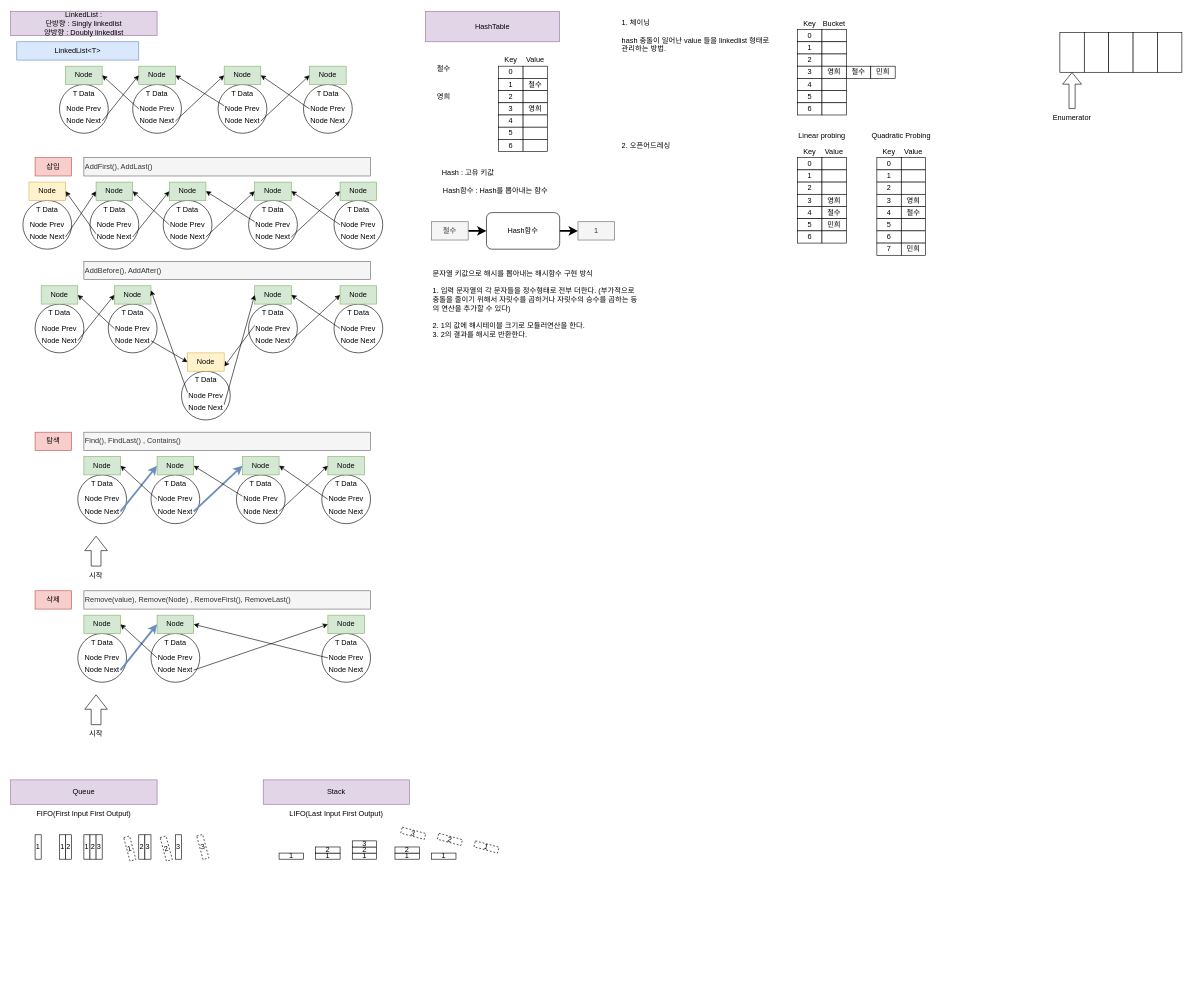
Before: Collections.drawio in luke-youngmin-cho/UnityEngineBasic_4th, a draw.io diagram. Source tidied: cells renumbered, new cells numbered last; positions are measured from the earlier drawing's top-left corner, leaving out a move shared by most shapes. Both pictures are drawn from the tidied source at 61%, with x=0, y=0 at pixel (10, 11).
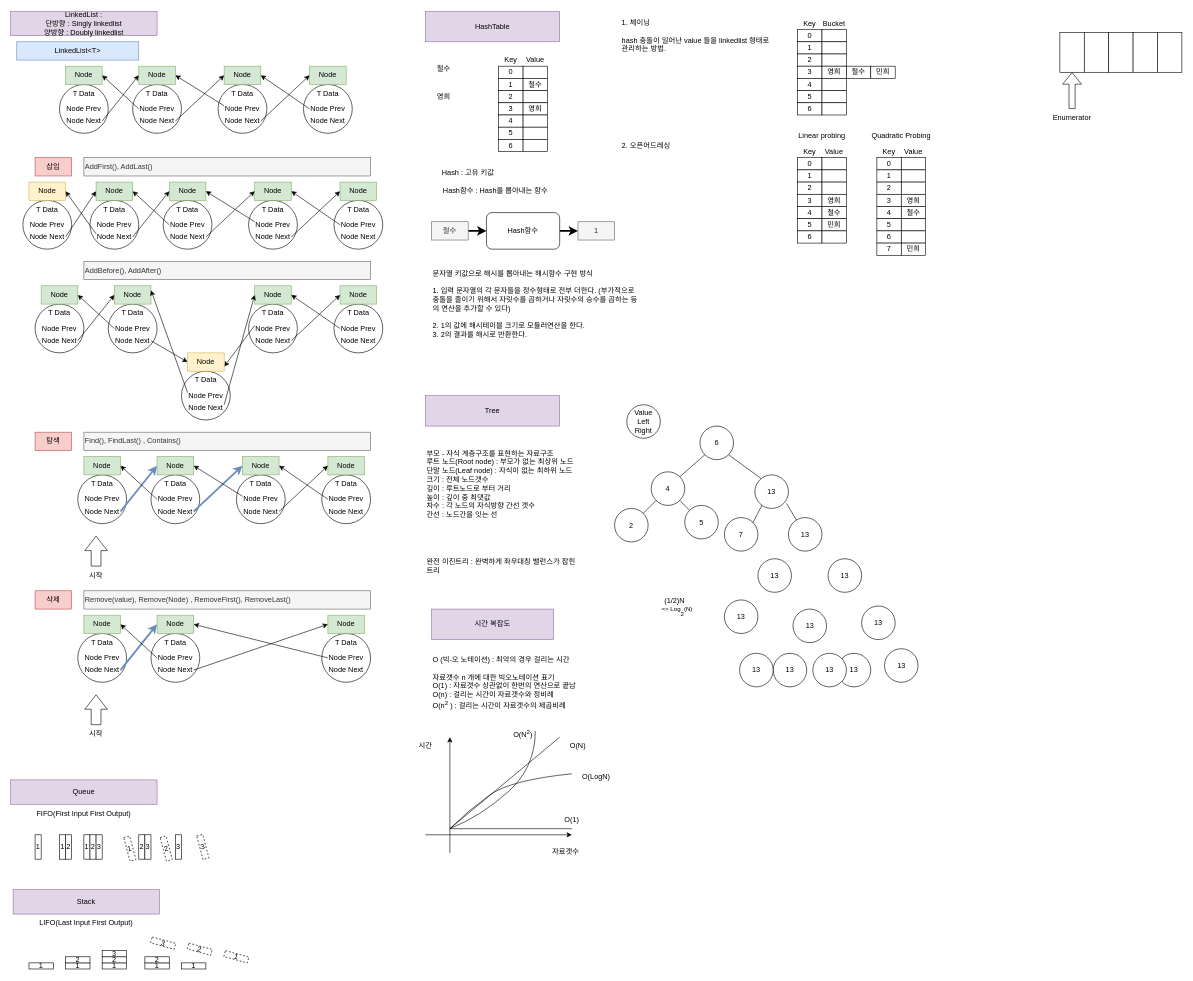
After the change.

What changed in the source:
```diff
@@
     <mxCell id="247" value="Stack" style="text;html=1;strokeColor=#9673a6;fillColor=#e1d5e7;align=center;verticalAlign=middle;whiteSpace=wrap;rounded=0;" parent="1" vertex="1">
-      <mxGeometry x="414" y="1260" width="240" height="40" as="geometry" />
+      <mxGeometry x="4" y="1440" width="240" height="40" as="geometry" />
     </mxCell>
     <mxCell id="248" value="1" style="rounded=0;whiteSpace=wrap;html=1;" parent="1" vertex="1">
-      <mxGeometry x="440" y="1380" width="40" height="10" as="geometry" />
+      <mxGeometry x="30" y="1560" width="40" height="10" as="geometry" />
     </mxCell>
     <mxCell id="249" value="1" style="rounded=0;whiteSpace=wrap;html=1;" parent="1" vertex="1">
-      <mxGeometry x="500" y="1380" width="40" height="10" as="geometry" />
+      <mxGeometry x="90" y="1560" width="40" height="10" as="geometry" />
     </mxCell>
     <mxCell id="250" value="2" style="rounded=0;whiteSpace=wrap;html=1;" parent="1" vertex="1">
-      <mxGeometry x="500" y="1370" width="40" height="10" as="geometry" />
+      <mxGeometry x="90" y="1550" width="40" height="10" as="geometry" />
     </mxCell>
     <mxCell id="251" value="1" style="rounded=0;whiteSpace=wrap;html=1;" parent="1" vertex="1">
-      <mxGeometry x="560" y="1380" width="40" height="10" as="geometry" />
+      <mxGeometry x="150" y="1560" width="40" height="10" as="geometry" />
     </mxCell>
     <mxCell id="252" value="2" style="rounded=0;whiteSpace=wrap;html=1;" parent="1" vertex="1">
-      <mxGeometry x="560" y="1370" width="40" height="10" as="geometry" />
+      <mxGeometry x="150" y="1550" width="40" height="10" as="geometry" />
     </mxCell>
     <mxCell id="253" value="3" style="rounded=0;whiteSpace=wrap;html=1;" parent="1" vertex="1">
-      <mxGeometry x="560" y="1360" width="40" height="10" as="geometry" />
+      <mxGeometry x="150" y="1540" width="40" height="10" as="geometry" />
     </mxCell>
     <mxCell id="254" value="1" style="rounded=0;whiteSpace=wrap;html=1;" parent="1" vertex="1">
-      <mxGeometry x="630" y="1380" width="40" height="10" as="geometry" />
+      <mxGeometry x="220" y="1560" width="40" height="10" as="geometry" />
     </mxCell>
     <mxCell id="255" value="2" style="rounded=0;whiteSpace=wrap;html=1;" parent="1" vertex="1">
-      <mxGeometry x="630" y="1370" width="40" height="10" as="geometry" />
+      <mxGeometry x="220" y="1550" width="40" height="10" as="geometry" />
     </mxCell>
     <mxCell id="256" value="3" style="rounded=0;whiteSpace=wrap;html=1;rotation=15;dashed=1;" parent="1" vertex="1">
-      <mxGeometry x="640" y="1342.6" width="40" height="10" as="geometry" />
+      <mxGeometry x="230" y="1522.6" width="40" height="10" as="geometry" />
     </mxCell>
     <mxCell id="257" value="1" style="rounded=0;whiteSpace=wrap;html=1;" parent="1" vertex="1">
-      <mxGeometry x="690" y="1380" width="40" height="10" as="geometry" />
+      <mxGeometry x="280" y="1560" width="40" height="10" as="geometry" />
     </mxCell>
     <mxCell id="258" value="2" style="rounded=0;whiteSpace=wrap;html=1;rotation=15;dashed=1;" parent="1" vertex="1">
-      <mxGeometry x="700" y="1352.6" width="40" height="10" as="geometry" />
+      <mxGeometry x="290" y="1532.6" width="40" height="10" as="geometry" />
     </mxCell>
     <mxCell id="259" value="1" style="rounded=0;whiteSpace=wrap;html=1;rotation=15;dashed=1;" parent="1" vertex="1">
-      <mxGeometry x="760" y="1365" width="40" height="10" as="geometry" />
+      <mxGeometry x="350" y="1545" width="40" height="10" as="geometry" />
     </mxCell>
@@
     <mxCell id="261" value="LIFO(Last Input First Output)" style="text;html=1;strokeColor=none;fillColor=none;align=center;verticalAlign=middle;whiteSpace=wrap;rounded=0;dashed=1;" parent="1" vertex="1">
-      <mxGeometry x="414" y="1300" width="240" height="30" as="geometry" />
+      <mxGeometry x="4" y="1480" width="240" height="30" as="geometry" />
     </mxCell>
@@
+    <mxCell id="269" value="Tree" style="text;html=1;strokeColor=#9673a6;fillColor=#e1d5e7;align=center;verticalAlign=middle;whiteSpace=wrap;rounded=0;" parent="1" vertex="1">
+      <mxGeometry x="680" y="630" width="220" height="50" as="geometry" />
+    </mxCell>
+    <mxCell id="270" value="6" style="ellipse;whiteSpace=wrap;html=1;" parent="1" vertex="1">
+      <mxGeometry x="1130" y="680" width="55" height="55" as="geometry" />
+    </mxCell>
+    <mxCell id="271" value="부모 - 자식 계층구조를 표현하는 자료구조&lt;br&gt;루트 노드(Root node) : 부모가 없는 최상위 노드&lt;br&gt;단말 노드(Leaf node) : 자식이 없는 최하위 노드&lt;br&gt;크기 : 전체 노드갯수&lt;br&gt;깊이 : 루트노드로 부터 거리&amp;nbsp;&lt;br&gt;높이 : 깊이 중 최댓값&lt;br&gt;차수 : 각 노드의 자식방향 간선 갯수&lt;br&gt;간선 : 노드간을 잇는 선" style="text;html=1;strokeColor=none;fillColor=none;align=left;verticalAlign=middle;whiteSpace=wrap;rounded=0;" parent="1" vertex="1">
+      <mxGeometry x="680" y="700" width="310" height="150" as="geometry" />
+    </mxCell>
+    <mxCell id="272" value="완전 이진트리 : 완벽하게 좌우대칭 밸런스가 잡힌 트리" style="text;html=1;strokeColor=none;fillColor=none;align=left;verticalAlign=middle;whiteSpace=wrap;rounded=0;" parent="1" vertex="1">
+      <mxGeometry x="680" y="870" width="250" height="80" as="geometry" />
+    </mxCell>
+    <mxCell id="273" value="4" style="ellipse;whiteSpace=wrap;html=1;" parent="1" vertex="1">
+      <mxGeometry x="1050" y="755" width="55" height="55" as="geometry" />
+    </mxCell>
+    <mxCell id="274" style="endArrow=none;html=1;rounded=0;exitX=1;exitY=0;exitDx=0;exitDy=0;entryX=0;entryY=1;entryDx=0;entryDy=0;" parent="1" edge="1" source="273" target="270">
+      <mxGeometry relative="1" as="geometry" />
+    </mxCell>
+    <mxCell id="275" style="endArrow=none;html=1;rounded=0;entryX=1;entryY=1;entryDx=0;entryDy=0;exitX=0;exitY=0;exitDx=0;exitDy=0;" parent="1" edge="1" target="270">
+      <mxGeometry relative="1" as="geometry">
+        <mxPoint x="1233.1" y="768.1" as="sourcePoint" />
+      </mxGeometry>
+    </mxCell>
+    <mxCell id="276" value="7" style="ellipse;whiteSpace=wrap;html=1;" parent="1" vertex="1">
+      <mxGeometry x="1170" y="830" width="55" height="55" as="geometry" />
+    </mxCell>
+    <mxCell id="277" style="endArrow=none;html=1;rounded=0;exitX=1;exitY=0;exitDx=0;exitDy=0;entryX=0;entryY=1;entryDx=0;entryDy=0;" parent="1" edge="1" source="276">
+      <mxGeometry relative="1" as="geometry">
+        <mxPoint x="1233.1" y="806.9" as="targetPoint" />
+      </mxGeometry>
+    </mxCell>
+    <mxCell id="278" value="2" style="ellipse;whiteSpace=wrap;html=1;" parent="1" vertex="1">
+      <mxGeometry x="990" y="815" width="55" height="55" as="geometry" />
+    </mxCell>
+    <mxCell id="279" style="endArrow=none;html=1;rounded=0;exitX=1;exitY=0;exitDx=0;exitDy=0;entryX=0;entryY=1;entryDx=0;entryDy=0;" parent="1" edge="1" source="278" target="273">
+      <mxGeometry relative="1" as="geometry" />
+    </mxCell>
+    <mxCell id="280" value="Value&lt;br&gt;Left&lt;br&gt;Right" style="ellipse;whiteSpace=wrap;html=1;" parent="1" vertex="1">
+      <mxGeometry x="1010" y="645" width="55" height="55" as="geometry" />
+    </mxCell>
+    <mxCell id="281" value="시간 복잡도" style="text;html=1;strokeColor=#9673a6;fillColor=#e1d5e7;align=center;verticalAlign=middle;whiteSpace=wrap;rounded=0;" parent="1" vertex="1">
+      <mxGeometry x="690" y="980" width="200" height="50" as="geometry" />
+    </mxCell>
+    <mxCell id="282" value="O (빅-오 노테이션) : 최악의 경우 걸리는 시간&lt;br&gt;&lt;br&gt;자료갯수 n 개에 대한 빅오노테이션 표기&lt;br&gt;O(1) : 자료갯수 상관없이 한번의 연산으로 끝남&lt;br&gt;O(n) : 걸리는 시간이 자료갯수와 정비례&lt;br&gt;O(n&lt;sup&gt;2&lt;/sup&gt;&amp;nbsp;) : 걸리는 시간이 자료갯수의 제곱비례" style="text;html=1;strokeColor=none;fillColor=none;align=left;verticalAlign=middle;whiteSpace=wrap;rounded=0;" parent="1" vertex="1">
+      <mxGeometry x="690" y="1030" width="300" height="140" as="geometry" />
+    </mxCell>
+    <mxCell id="283" style="endArrow=classic;html=1;rounded=0;" parent="1" edge="1">
+      <mxGeometry relative="1" as="geometry">
+        <mxPoint x="680" y="1350" as="sourcePoint" />
+        <mxPoint x="920" y="1350" as="targetPoint" />
+      </mxGeometry>
+    </mxCell>
+    <mxCell id="284" style="endArrow=classic;html=1;rounded=0;" parent="1" edge="1">
+      <mxGeometry relative="1" as="geometry">
+        <mxPoint x="720" y="1380" as="sourcePoint" />
+        <mxPoint x="720" y="1190" as="targetPoint" />
+      </mxGeometry>
+    </mxCell>
+    <mxCell id="285" style="endArrow=none;html=1;rounded=0;" parent="1" edge="1">
+      <mxGeometry relative="1" as="geometry">
+        <mxPoint x="720" y="1340" as="sourcePoint" />
+        <mxPoint x="920" y="1340" as="targetPoint" />
+      </mxGeometry>
+    </mxCell>
+    <mxCell id="286" value="시간" style="text;html=1;strokeColor=none;fillColor=none;align=center;verticalAlign=middle;whiteSpace=wrap;rounded=0;" parent="1" vertex="1">
+      <mxGeometry x="650" y="1190" width="60" height="30" as="geometry" />
+    </mxCell>
+    <mxCell id="287" value="자료갯수" style="text;html=1;strokeColor=none;fillColor=none;align=center;verticalAlign=middle;whiteSpace=wrap;rounded=0;" parent="1" vertex="1">
+      <mxGeometry x="880" y="1362.6" width="60" height="30" as="geometry" />
+    </mxCell>
+    <mxCell id="288" value="O(1)" style="text;html=1;strokeColor=none;fillColor=none;align=center;verticalAlign=middle;whiteSpace=wrap;rounded=0;" parent="1" vertex="1">
+      <mxGeometry x="890" y="1310" width="60" height="30" as="geometry" />
+    </mxCell>
+    <mxCell id="289" style="endArrow=none;html=1;rounded=0;" parent="1" edge="1">
+      <mxGeometry relative="1" as="geometry">
+        <mxPoint x="720" y="1340" as="sourcePoint" />
+        <mxPoint x="900" y="1190" as="targetPoint" />
+      </mxGeometry>
+    </mxCell>
+    <mxCell id="290" value="O(N)" style="text;html=1;strokeColor=none;fillColor=none;align=center;verticalAlign=middle;whiteSpace=wrap;rounded=0;" parent="1" vertex="1">
+      <mxGeometry x="900" y="1190" width="60" height="30" as="geometry" />
+    </mxCell>
+    <mxCell id="291" style="curved=1;endArrow=none;html=1;rounded=0;endFill=0;" parent="1" edge="1">
+      <mxGeometry relative="1" as="geometry">
+        <mxPoint x="720" y="1340" as="sourcePoint" />
+        <mxPoint x="860" y="1180" as="targetPoint" />
+        <Array as="points">
+          <mxPoint x="770" y="1320" />
+          <mxPoint x="860" y="1240" />
+        </Array>
+      </mxGeometry>
+    </mxCell>
+    <mxCell id="292" value="O(N&lt;sup&gt;2&lt;/sup&gt;)" style="text;html=1;strokeColor=none;fillColor=none;align=center;verticalAlign=middle;whiteSpace=wrap;rounded=0;" parent="1" vertex="1">
+      <mxGeometry x="810" y="1170" width="60" height="30" as="geometry" />
+    </mxCell>
+    <mxCell id="293" value="5" style="ellipse;whiteSpace=wrap;html=1;" parent="1" vertex="1">
+      <mxGeometry x="1105" y="810" width="55" height="55" as="geometry" />
+    </mxCell>
+    <mxCell id="294" style="endArrow=none;html=1;rounded=0;exitX=0;exitY=0;exitDx=0;exitDy=0;entryX=1;entryY=1;entryDx=0;entryDy=0;" parent="1" edge="1" source="293" target="273">
+      <mxGeometry relative="1" as="geometry" />
+    </mxCell>
+    <mxCell id="295" style="endArrow=none;html=1;rounded=0;exitX=0;exitY=0;exitDx=0;exitDy=0;entryX=1;entryY=1;entryDx=0;entryDy=0;" parent="1" edge="1">
+      <mxGeometry relative="1" as="geometry">
+        <mxPoint x="1290.6" y="838.1" as="sourcePoint" />
+        <mxPoint x="1271.9" y="806.9" as="targetPoint" />
+      </mxGeometry>
+    </mxCell>
+    <mxCell id="296" value="13" style="ellipse;whiteSpace=wrap;html=1;" parent="1" vertex="1">
+      <mxGeometry x="1275" y="830" width="55" height="55" as="geometry" />
+    </mxCell>
+    <mxCell id="297" value="(1/2)N&lt;sup&gt;&amp;nbsp;&lt;br&gt;&amp;nbsp; =&amp;gt; Log&lt;/sup&gt;&lt;sub&gt;2&lt;/sub&gt;&lt;sup&gt;(N)&lt;br&gt;&lt;/sup&gt;" style="text;html=1;strokeColor=none;fillColor=none;align=center;verticalAlign=middle;whiteSpace=wrap;rounded=0;" parent="1" vertex="1">
+      <mxGeometry x="1060" y="960" width="60" height="30" as="geometry" />
+    </mxCell>
+    <mxCell id="298" style="curved=1;endArrow=none;html=1;rounded=0;endFill=0;" parent="1" edge="1">
+      <mxGeometry relative="1" as="geometry">
+        <mxPoint x="720" y="1340" as="sourcePoint" />
+        <mxPoint x="920" y="1250" as="targetPoint" />
+        <Array as="points">
+          <mxPoint x="750" y="1310" />
+          <mxPoint x="820" y="1260" />
+        </Array>
+      </mxGeometry>
+    </mxCell>
+    <mxCell id="299" value="O(LogN)" style="text;html=1;strokeColor=none;fillColor=none;align=center;verticalAlign=middle;whiteSpace=wrap;rounded=0;" parent="1" vertex="1">
+      <mxGeometry x="930" y="1240" width="60" height="30" as="geometry" />
+    </mxCell>
+    <mxCell id="300" value="13" style="ellipse;whiteSpace=wrap;html=1;" parent="1" vertex="1">
+      <mxGeometry x="1225" y="897.5" width="55" height="55" as="geometry" />
+    </mxCell>
+    <mxCell id="301" value="13" style="ellipse;whiteSpace=wrap;html=1;" parent="1" vertex="1">
+      <mxGeometry x="1170" y="965" width="55" height="55" as="geometry" />
+    </mxCell>
+    <mxCell id="302" value="13" style="ellipse;whiteSpace=wrap;html=1;" parent="1" vertex="1">
+      <mxGeometry x="1340" y="897.5" width="55" height="55" as="geometry" />
+    </mxCell>
+    <mxCell id="303" value="13" style="ellipse;whiteSpace=wrap;html=1;" parent="1" vertex="1">
+      <mxGeometry x="1282.5" y="980" width="55" height="55" as="geometry" />
+    </mxCell>
+    <mxCell id="304" value="13" style="ellipse;whiteSpace=wrap;html=1;" parent="1" vertex="1">
+      <mxGeometry x="1395" y="975" width="55" height="55" as="geometry" />
+    </mxCell>
+    <mxCell id="305" value="13" style="ellipse;whiteSpace=wrap;html=1;" parent="1" vertex="1">
+      <mxGeometry x="1432.5" y="1045" width="55" height="55" as="geometry" />
+    </mxCell>
+    <mxCell id="306" value="13" style="ellipse;whiteSpace=wrap;html=1;" parent="1" vertex="1">
+      <mxGeometry x="1355" y="1052.5" width="55" height="55" as="geometry" />
+    </mxCell>
+    <mxCell id="307" value="13" style="ellipse;whiteSpace=wrap;html=1;" parent="1" vertex="1">
+      <mxGeometry x="1315" y="1052.5" width="55" height="55" as="geometry" />
+    </mxCell>
+    <mxCell id="308" value="13" style="ellipse;whiteSpace=wrap;html=1;" parent="1" vertex="1">
+      <mxGeometry x="1250" y="1052.5" width="55" height="55" as="geometry" />
+    </mxCell>
+    <mxCell id="309" value="13" style="ellipse;whiteSpace=wrap;html=1;" parent="1" vertex="1">
+      <mxGeometry x="1195" y="1052.5" width="55" height="55" as="geometry" />
+    </mxCell>
+    <mxCell id="310" value="13" style="ellipse;whiteSpace=wrap;html=1;" parent="1" vertex="1">
+      <mxGeometry x="1220" y="760" width="55" height="55" as="geometry" />
+    </mxCell>
```
